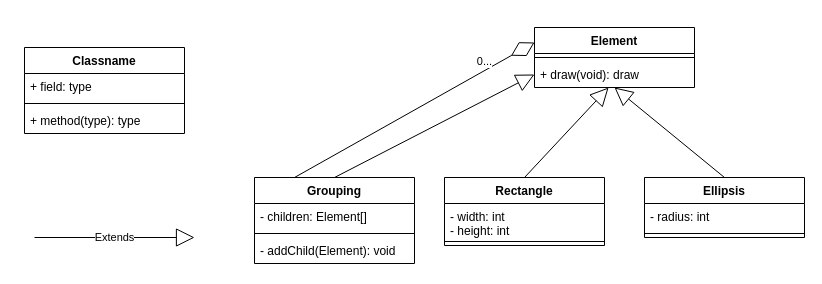
bruniculos08/PPR0001 keeps this draw.io diagram as Diagrama de Classes - Prova.drawio. Above is the earlier version. Source tidied: cells renumbered, new cells numbered last; positions are measured from the earlier drawing's top-left corner, leaving out a move shared by most shapes. Both pictures are drawn from the tidied source at 100%, with x=0, y=0 at pixel (24, 27).
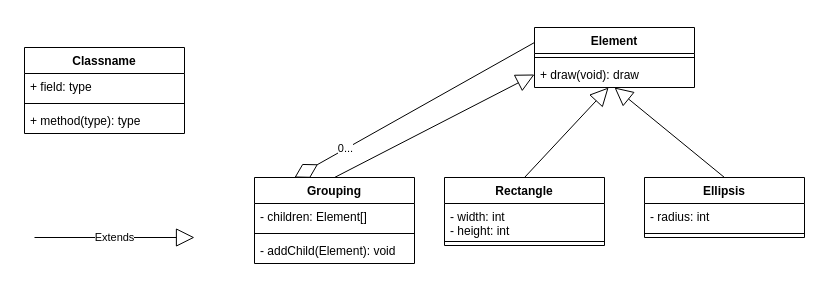
The same page after the edit.

Unchanged cells that the change refers to:
```xml
<mxCell id="6" value="Element" style="swimlane;fontStyle=1;align=center;verticalAlign=top;horizontal=1;startSize=26;" parent="1" vertex="1">
  <mxGeometry x="510" width="160" height="60" as="geometry" />
</mxCell>
<mxCell id="18" value="Grouping" style="swimlane;fontStyle=1;align=center;verticalAlign=top;horizontal=1;startSize=26;" parent="1" vertex="1">
  <mxGeometry x="230" y="150" width="160" height="86" as="geometry" />
</mxCell>
```

Change to the diagram source:
```diff
@@
-    <mxCell id="23" style="endArrow=diamondThin;endFill=0;endSize=24;html=1;rounded=0;exitX=0.25;exitY=0;exitDx=0;exitDy=0;entryX=0;entryY=0.25;entryDx=0;entryDy=0;" parent="1" edge="1" source="18" target="6">
+    <mxCell id="23" style="endArrow=diamondThin;endFill=0;endSize=24;html=1;rounded=0;exitX=0;exitY=0.25;exitDx=0;exitDy=0;entryX=0.25;entryY=0;entryDx=0;entryDy=0;" parent="1" edge="1" source="6" target="18">
       <mxGeometry relative="1" as="geometry" />
     </mxCell>
     <mxCell id="24" value="0..." style="edgeLabel;html=1;align=center;verticalAlign=middle;" parent="23" vertex="1">
       <mxGeometry x="-0.66" relative="1" as="geometry">
-        <mxPoint x="149" y="-93" as="offset" />
+        <mxPoint x="-149" y="82" as="offset" />
       </mxGeometry>
     </mxCell>
```
